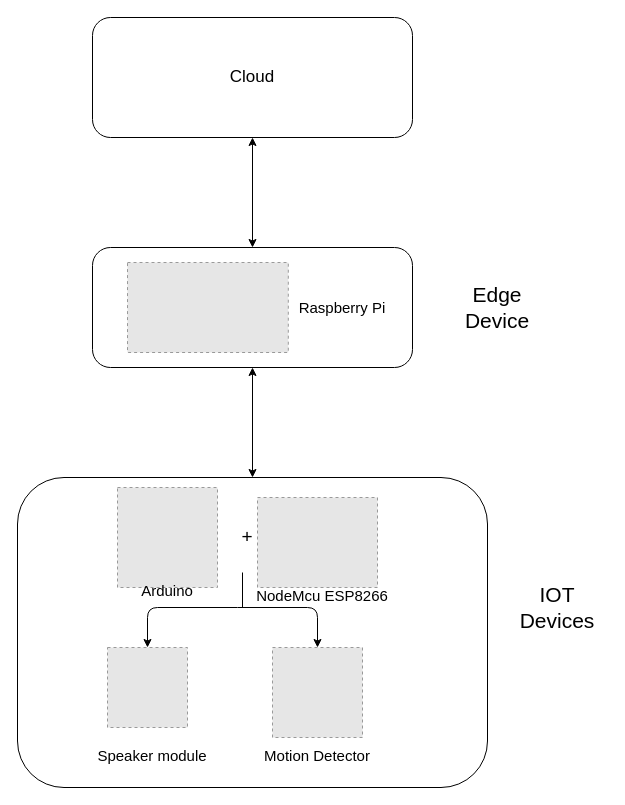
The draw.io diagram IOT.drawio in LastMinuteBanter/DistinctionTaskUML, before the edit. Source tidied: cells renumbered, new cells numbered last; positions are measured from the earlier drawing's top-left corner, leaving out a move shared by most shapes. Both pictures are drawn from the tidied source at 100%, with x=0, y=0 at pixel (17, 17). Pictures stored in the file or linked from it are replaced by grey dashed boxes.
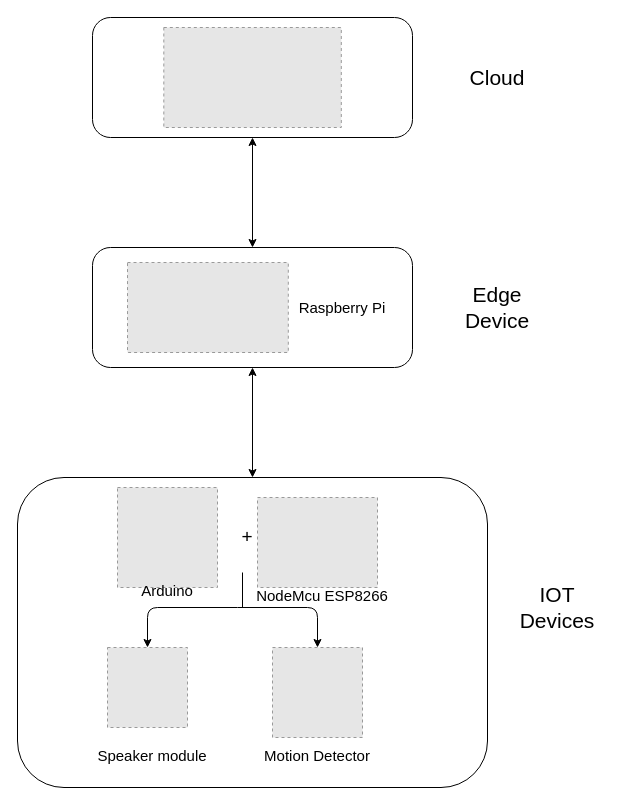
The same diagram, later.

The edit, as a diff of the source:
```diff
@@
-    <mxCell id="3" value="&lt;font style=&quot;font-size: 17px&quot;&gt;Cloud&lt;/font&gt;" style="rounded=1;whiteSpace=wrap;html=1;" parent="1" vertex="1">
+    <mxCell id="3" style="rounded=1;whiteSpace=wrap;html=1;" parent="1" vertex="1">
       <mxGeometry x="75" width="320" height="120" as="geometry" />
     </mxCell>
@@
+    <mxCell id="24" value="&lt;font style=&quot;font-size: 21px&quot;&gt;Cloud&lt;/font&gt;" style="text;html=1;strokeColor=none;fillColor=none;align=center;verticalAlign=middle;whiteSpace=wrap;rounded=0;" parent="1" vertex="1">
+      <mxGeometry x="430" y="30" width="100" height="60" as="geometry" />
+    </mxCell>
+    <mxCell id="25" style="fillColor=#E6E6E6;strokeColor=#999999;dashed=1;verticalLabelPosition=bottom;labelBackgroundColor=#ffffff;verticalAlign=top;" parent="1" vertex="1">
+      <mxGeometry x="146.3" y="10" width="177.5" height="100" as="geometry" />
+    </mxCell>
```
